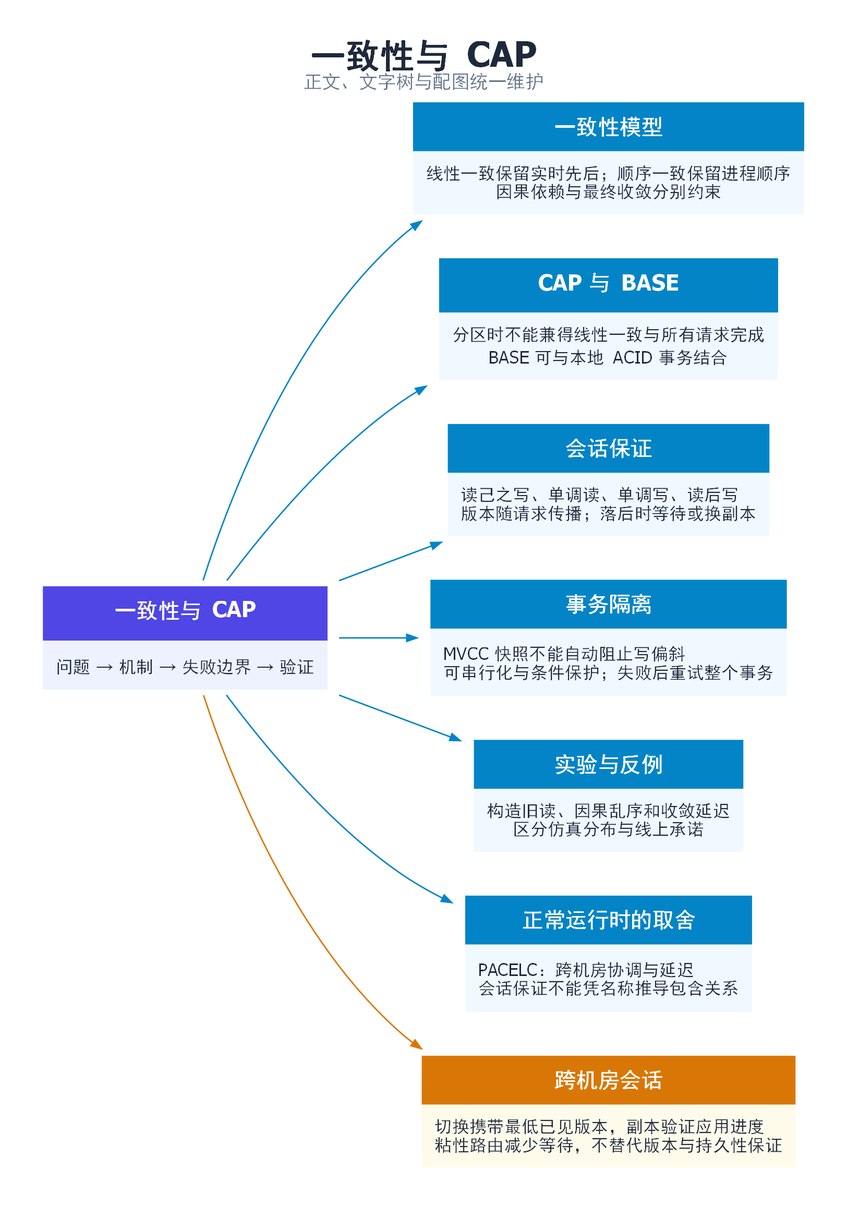
Before: 分布式系统/images/topic-02-mindmap.png, a diagram exported from Graphviz (zingerWang/Jobs). Its source is kept beside it as 分布式系统/images/topic-02-mindmap.dot.
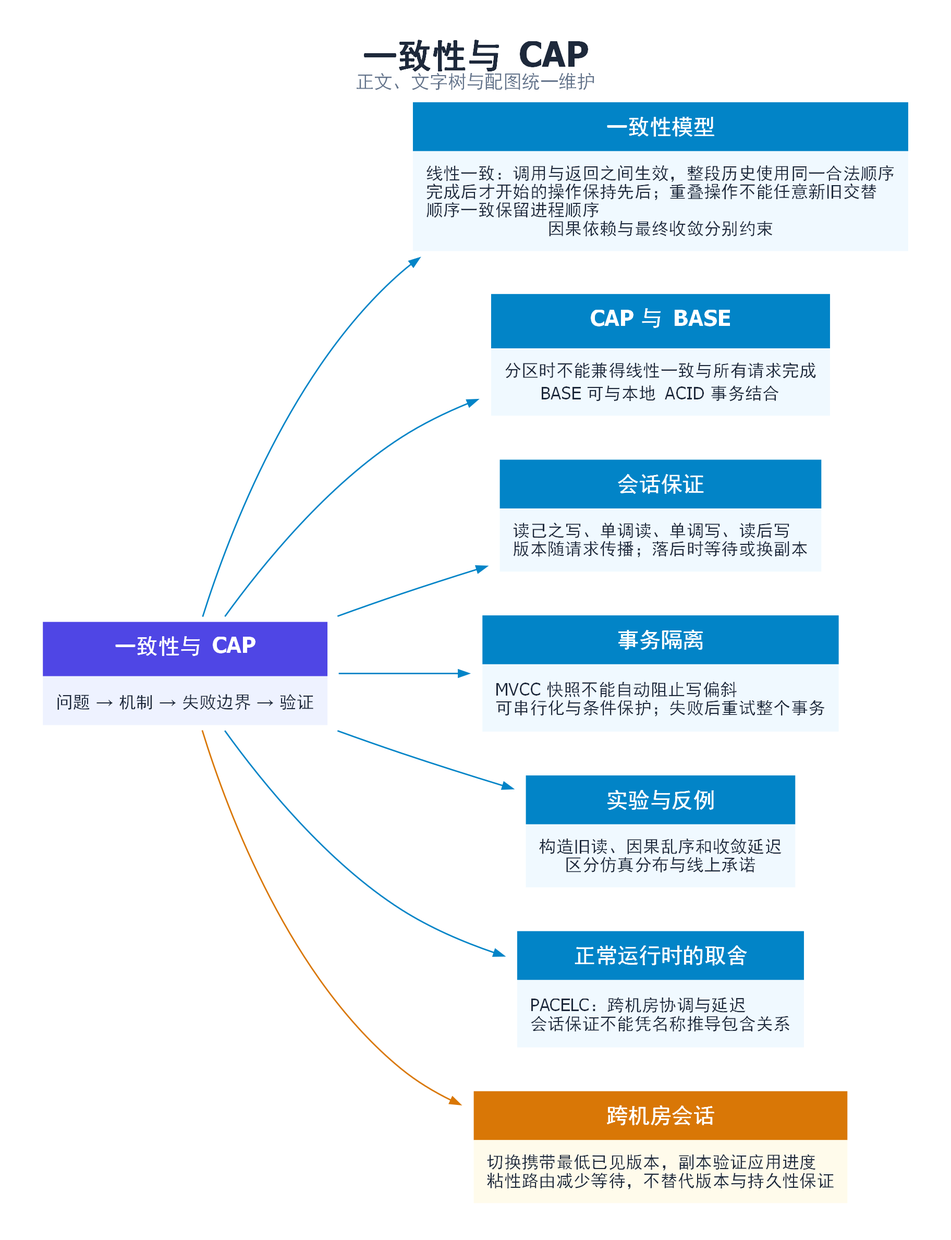
The same diagram one commit later.

What changed in the source:
```diff
@@ -3,7 +3,7 @@
 node [shape=plaintext, fontname="PingFang SC"];
 edge [fontname="PingFang SC", fontsize=11, arrowhead=normal, arrowsize=0.7, color="#0284C7", fontcolor="#0284C7"];
 root [label=<<TABLE BORDER="0" CELLBORDER="0" CELLSPACING="0" CELLPADDING="9"><TR><TD BGCOLOR="#4F46E5"><FONT COLOR="white" POINT-SIZE="15"><B>一致性与 CAP</B></FONT></TD></TR><TR><TD BGCOLOR="#EEF2FF" ALIGN="LEFT"><FONT COLOR="#1E293B" POINT-SIZE="12">问题 → 机制 → 失败边界 → 验证</FONT></TD></TR></TABLE>>];
-n0 [label=<<TABLE BORDER="0" CELLBORDER="0" CELLSPACING="0" CELLPADDING="9"><TR><TD BGCOLOR="#0284C7"><FONT COLOR="white" POINT-SIZE="15"><B>一致性模型</B></FONT></TD></TR><TR><TD BGCOLOR="#F0F9FF" ALIGN="LEFT"><FONT COLOR="#1E293B" POINT-SIZE="12">线性一致保留实时先后；顺序一致保留进程顺序<BR ALIGN="LEFT"/>因果依赖与最终收敛分别约束</FONT></TD></TR></TABLE>>];
+n0 [label=<<TABLE BORDER="0" CELLBORDER="0" CELLSPACING="0" CELLPADDING="9"><TR><TD BGCOLOR="#0284C7"><FONT COLOR="white" POINT-SIZE="15"><B>一致性模型</B></FONT></TD></TR><TR><TD BGCOLOR="#F0F9FF" ALIGN="LEFT"><FONT COLOR="#1E293B" POINT-SIZE="12">线性一致：调用与返回之间生效，整段历史使用同一合法顺序<BR ALIGN="LEFT"/>完成后才开始的操作保持先后；重叠操作不能任意新旧交替<BR ALIGN="LEFT"/>顺序一致保留进程顺序<BR ALIGN="LEFT"/>因果依赖与最终收敛分别约束</FONT></TD></TR></TABLE>>];
 n1 [label=<<TABLE BORDER="0" CELLBORDER="0" CELLSPACING="0" CELLPADDING="9"><TR><TD BGCOLOR="#0284C7"><FONT COLOR="white" POINT-SIZE="15"><B>CAP 与 BASE</B></FONT></TD></TR><TR><TD BGCOLOR="#F0F9FF" ALIGN="LEFT"><FONT COLOR="#1E293B" POINT-SIZE="12">分区时不能兼得线性一致与所有请求完成<BR ALIGN="LEFT"/>BASE 可与本地 ACID 事务结合</FONT></TD></TR></TABLE>>];
 n2 [label=<<TABLE BORDER="0" CELLBORDER="0" CELLSPACING="0" CELLPADDING="9"><TR><TD BGCOLOR="#0284C7"><FONT COLOR="white" POINT-SIZE="15"><B>会话保证</B></FONT></TD></TR><TR><TD BGCOLOR="#F0F9FF" ALIGN="LEFT"><FONT COLOR="#1E293B" POINT-SIZE="12">读己之写、单调读、单调写、读后写<BR ALIGN="LEFT"/>版本随请求传播；落后时等待或换副本</FONT></TD></TR></TABLE>>];
 n3 [label=<<TABLE BORDER="0" CELLBORDER="0" CELLSPACING="0" CELLPADDING="9"><TR><TD BGCOLOR="#0284C7"><FONT COLOR="white" POINT-SIZE="15"><B>事务隔离</B></FONT></TD></TR><TR><TD BGCOLOR="#F0F9FF" ALIGN="LEFT"><FONT COLOR="#1E293B" POINT-SIZE="12">MVCC 快照不能自动阻止写偏斜<BR ALIGN="LEFT"/>可串行化与条件保护；失败后重试整个事务</FONT></TD></TR></TABLE>>];
```
